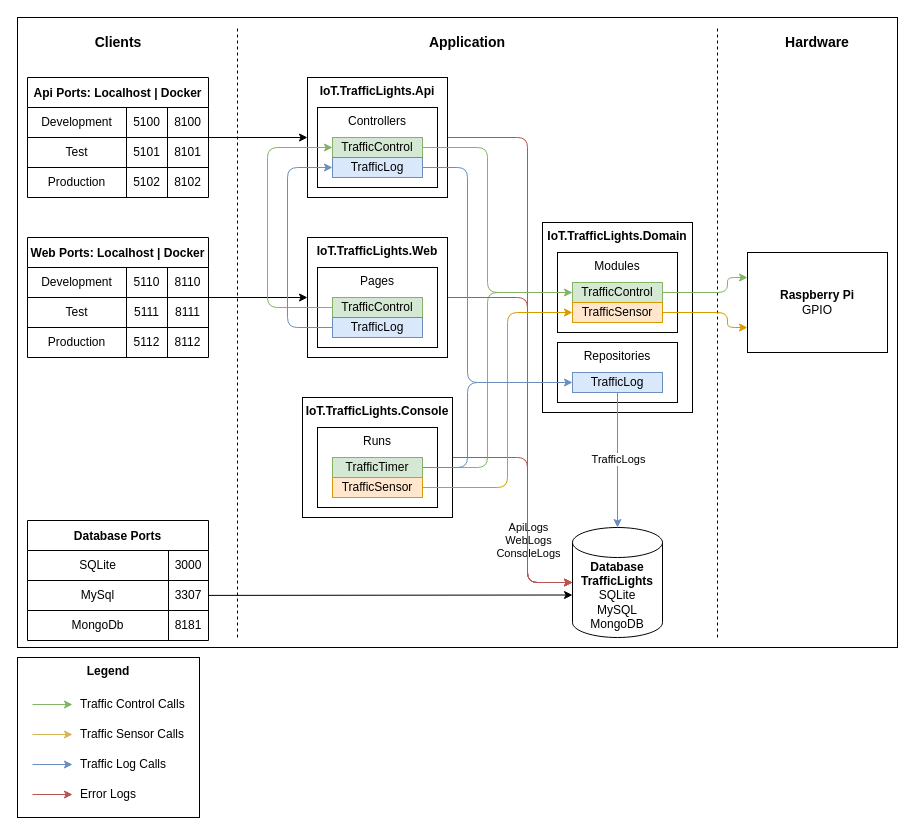
This is .docs/IoT.TrafficLights.Application.drawio from qbituniverse/iot-trafficlights, a draw.io file, before an edit. Source tidied: cells renumbered, new cells numbered last; positions are measured from the earlier drawing's top-left corner, leaving out a move shared by most shapes. Both pictures are drawn from the tidied source at 100%, with x=0, y=0 at pixel (17, 17).
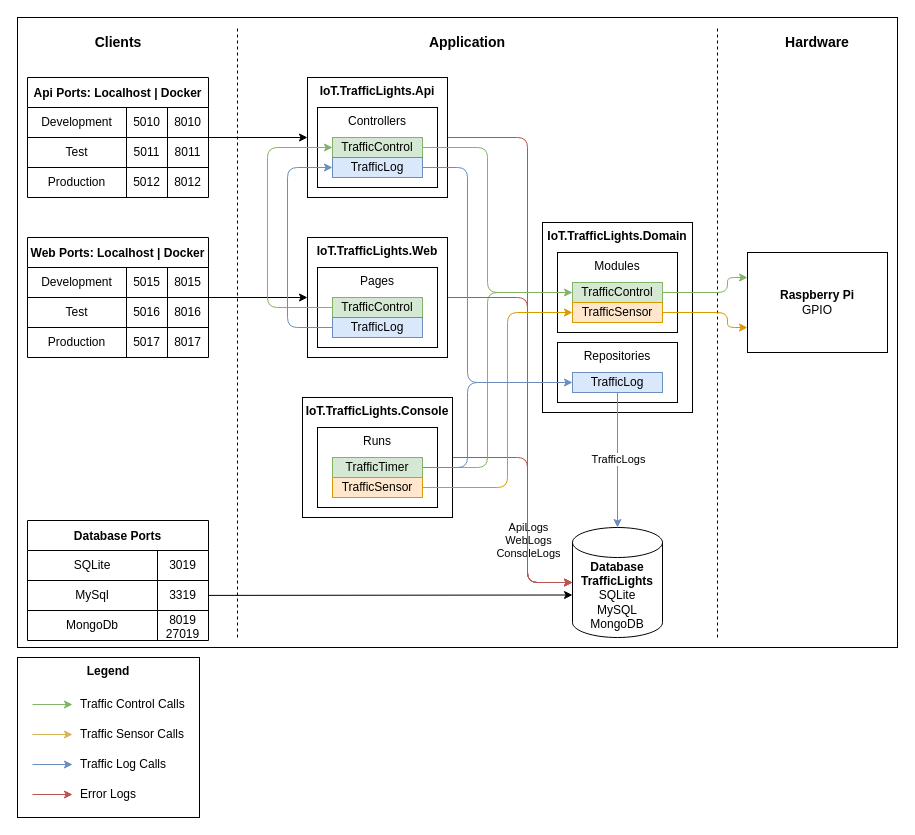
Above is the later version.

Unchanged cells that the change refers to:
```xml
<mxCell id="18" style="shape=tableRow;horizontal=0;startSize=0;swimlaneHead=0;swimlaneBody=0;top=0;left=0;bottom=0;right=0;fillColor=none;fontSize=12;" parent="17" vertex="1">
  <mxGeometry y="30" width="181" height="30" as="geometry" />
</mxCell>
<mxCell id="22" style="shape=tableRow;horizontal=0;startSize=0;swimlaneHead=0;swimlaneBody=0;top=0;left=0;bottom=0;right=0;fillColor=none;points=[[0,0.5],[1,0.5]];portConstraint=eastwest;fontSize=12;" parent="17" vertex="1">
  <mxGeometry y="60" width="181" height="30" as="geometry" />
</mxCell>
<mxCell id="26" style="shape=tableRow;horizontal=0;startSize=0;swimlaneHead=0;swimlaneBody=0;top=0;left=0;bottom=0;right=0;fillColor=none;fontSize=12;" parent="17" vertex="1">
  <mxGeometry y="90" width="181" height="30" as="geometry" />
</mxCell>
<mxCell id="38" style="shape=tableRow;horizontal=0;startSize=0;swimlaneHead=0;swimlaneBody=0;top=0;left=0;bottom=0;right=0;fillColor=none;fontSize=12;" parent="37" vertex="1">
  <mxGeometry y="30" width="181" height="30" as="geometry" />
</mxCell>
<mxCell id="42" style="shape=tableRow;horizontal=0;startSize=0;swimlaneHead=0;swimlaneBody=0;top=0;left=0;bottom=0;right=0;fillColor=none;points=[[0,0.5],[1,0.5]];portConstraint=eastwest;fontSize=12;" parent="37" vertex="1">
  <mxGeometry y="60" width="181" height="30" as="geometry" />
</mxCell>
<mxCell id="46" style="shape=tableRow;horizontal=0;startSize=0;swimlaneHead=0;swimlaneBody=0;top=0;left=0;bottom=0;right=0;fillColor=none;fontSize=12;" parent="37" vertex="1">
  <mxGeometry y="90" width="181" height="30" as="geometry" />
</mxCell>
<mxCell id="78" style="shape=tableRow;horizontal=0;startSize=0;swimlaneHead=0;swimlaneBody=0;top=0;left=0;bottom=0;right=0;fillColor=none;fontSize=12;" parent="77" vertex="1">
  <mxGeometry y="30" width="181" height="30" as="geometry" />
</mxCell>
<mxCell id="81" style="shape=tableRow;horizontal=0;startSize=0;swimlaneHead=0;swimlaneBody=0;top=0;left=0;bottom=0;right=0;fillColor=none;points=[[0,0.5],[1,0.5]];portConstraint=eastwest;fontSize=12;" parent="77" vertex="1">
  <mxGeometry y="60" width="181" height="30" as="geometry" />
</mxCell>
<mxCell id="84" style="shape=tableRow;horizontal=0;startSize=0;swimlaneHead=0;swimlaneBody=0;top=0;left=0;bottom=0;right=0;fillColor=none;fontSize=12;" parent="77" vertex="1">
  <mxGeometry y="90" width="181" height="30" as="geometry" />
</mxCell>
```

What changed in the source:
```diff
@@
-    <mxCell id="20" value="5100" style="shape=partialRectangle;html=1;whiteSpace=wrap;fillColor=none;top=0;left=0;bottom=0;right=0;overflow=hidden;fontSize=12;" parent="18" vertex="1">
+    <mxCell id="20" value="5010" style="shape=partialRectangle;html=1;whiteSpace=wrap;fillColor=none;top=0;left=0;bottom=0;right=0;overflow=hidden;fontSize=12;" parent="18" vertex="1">
       <mxGeometry x="99" width="41" height="30" as="geometry" />
     </mxCell>
-    <mxCell id="21" value="8100" style="shape=partialRectangle;html=1;whiteSpace=wrap;fillColor=none;top=0;left=0;bottom=0;right=0;overflow=hidden;fontSize=12;" parent="18" vertex="1">
+    <mxCell id="21" value="8010" style="shape=partialRectangle;html=1;whiteSpace=wrap;fillColor=none;top=0;left=0;bottom=0;right=0;overflow=hidden;fontSize=12;" parent="18" vertex="1">
       <mxGeometry x="140" width="41" height="30" as="geometry" />
     </mxCell>
@@
-    <mxCell id="24" value="5101" style="shape=partialRectangle;html=1;whiteSpace=wrap;fillColor=none;top=0;left=0;bottom=0;right=0;overflow=hidden;fontSize=12;" parent="22" vertex="1">
+    <mxCell id="24" value="5011" style="shape=partialRectangle;html=1;whiteSpace=wrap;fillColor=none;top=0;left=0;bottom=0;right=0;overflow=hidden;fontSize=12;" parent="22" vertex="1">
       <mxGeometry x="99" width="41" height="30" as="geometry" />
     </mxCell>
-    <mxCell id="25" value="8101" style="shape=partialRectangle;html=1;whiteSpace=wrap;fillColor=none;top=0;left=0;bottom=0;right=0;overflow=hidden;fontSize=12;" parent="22" vertex="1">
+    <mxCell id="25" value="8011" style="shape=partialRectangle;html=1;whiteSpace=wrap;fillColor=none;top=0;left=0;bottom=0;right=0;overflow=hidden;fontSize=12;" parent="22" vertex="1">
       <mxGeometry x="140" width="41" height="30" as="geometry" />
     </mxCell>
@@
-    <mxCell id="28" value="5102" style="shape=partialRectangle;html=1;whiteSpace=wrap;fillColor=none;top=0;left=0;bottom=0;right=0;overflow=hidden;fontSize=12;" parent="26" vertex="1">
+    <mxCell id="28" value="5012" style="shape=partialRectangle;html=1;whiteSpace=wrap;fillColor=none;top=0;left=0;bottom=0;right=0;overflow=hidden;fontSize=12;" parent="26" vertex="1">
       <mxGeometry x="99" width="41" height="30" as="geometry" />
     </mxCell>
-    <mxCell id="29" value="8102" style="shape=partialRectangle;html=1;whiteSpace=wrap;fillColor=none;top=0;left=0;bottom=0;right=0;overflow=hidden;fontSize=12;" parent="26" vertex="1">
+    <mxCell id="29" value="8012" style="shape=partialRectangle;html=1;whiteSpace=wrap;fillColor=none;top=0;left=0;bottom=0;right=0;overflow=hidden;fontSize=12;" parent="26" vertex="1">
       <mxGeometry x="140" width="41" height="30" as="geometry" />
     </mxCell>
@@
-    <mxCell id="40" value="5110" style="shape=partialRectangle;html=1;whiteSpace=wrap;fillColor=none;top=0;left=0;bottom=0;right=0;overflow=hidden;fontSize=12;" parent="38" vertex="1">
+    <mxCell id="40" value="5015" style="shape=partialRectangle;html=1;whiteSpace=wrap;fillColor=none;top=0;left=0;bottom=0;right=0;overflow=hidden;fontSize=12;" parent="38" vertex="1">
       <mxGeometry x="99" width="41" height="30" as="geometry" />
     </mxCell>
-    <mxCell id="41" value="8110" style="shape=partialRectangle;html=1;whiteSpace=wrap;fillColor=none;top=0;left=0;bottom=0;right=0;overflow=hidden;fontSize=12;" parent="38" vertex="1">
+    <mxCell id="41" value="8015" style="shape=partialRectangle;html=1;whiteSpace=wrap;fillColor=none;top=0;left=0;bottom=0;right=0;overflow=hidden;fontSize=12;" parent="38" vertex="1">
       <mxGeometry x="140" width="41" height="30" as="geometry" />
     </mxCell>
@@
-    <mxCell id="44" value="5111" style="shape=partialRectangle;html=1;whiteSpace=wrap;fillColor=none;top=0;left=0;bottom=0;right=0;overflow=hidden;fontSize=12;" parent="42" vertex="1">
+    <mxCell id="44" value="5016" style="shape=partialRectangle;html=1;whiteSpace=wrap;fillColor=none;top=0;left=0;bottom=0;right=0;overflow=hidden;fontSize=12;" parent="42" vertex="1">
       <mxGeometry x="99" width="41" height="30" as="geometry" />
     </mxCell>
-    <mxCell id="45" value="8111" style="shape=partialRectangle;html=1;whiteSpace=wrap;fillColor=none;top=0;left=0;bottom=0;right=0;overflow=hidden;fontSize=12;" parent="42" vertex="1">
+    <mxCell id="45" value="8016" style="shape=partialRectangle;html=1;whiteSpace=wrap;fillColor=none;top=0;left=0;bottom=0;right=0;overflow=hidden;fontSize=12;" parent="42" vertex="1">
       <mxGeometry x="140" width="41" height="30" as="geometry" />
     </mxCell>
@@
-    <mxCell id="48" value="5112" style="shape=partialRectangle;html=1;whiteSpace=wrap;fillColor=none;top=0;left=0;bottom=0;right=0;overflow=hidden;fontSize=12;" parent="46" vertex="1">
+    <mxCell id="48" value="5017" style="shape=partialRectangle;html=1;whiteSpace=wrap;fillColor=none;top=0;left=0;bottom=0;right=0;overflow=hidden;fontSize=12;" parent="46" vertex="1">
       <mxGeometry x="99" width="41" height="30" as="geometry" />
     </mxCell>
-    <mxCell id="49" value="8112" style="shape=partialRectangle;html=1;whiteSpace=wrap;fillColor=none;top=0;left=0;bottom=0;right=0;overflow=hidden;fontSize=12;" parent="46" vertex="1">
+    <mxCell id="49" value="8017" style="shape=partialRectangle;html=1;whiteSpace=wrap;fillColor=none;top=0;left=0;bottom=0;right=0;overflow=hidden;fontSize=12;" parent="46" vertex="1">
       <mxGeometry x="140" width="41" height="30" as="geometry" />
     </mxCell>
@@
     <mxCell id="79" value="SQLite" style="shape=partialRectangle;html=1;whiteSpace=wrap;fillColor=none;top=0;left=0;bottom=0;right=0;overflow=hidden;fontSize=12;" parent="78" vertex="1">
-      <mxGeometry width="141" height="30" as="geometry" />
+      <mxGeometry width="130" height="30" as="geometry" />
     </mxCell>
-    <mxCell id="80" value="3000" style="shape=partialRectangle;html=1;whiteSpace=wrap;fillColor=none;top=0;left=0;bottom=0;right=0;overflow=hidden;fontSize=12;" parent="78" vertex="1">
-      <mxGeometry x="141" width="40" height="30" as="geometry" />
+    <mxCell id="80" value="3019" style="shape=partialRectangle;html=1;whiteSpace=wrap;fillColor=none;top=0;left=0;bottom=0;right=0;overflow=hidden;fontSize=12;" parent="78" vertex="1">
+      <mxGeometry x="130" width="51" height="30" as="geometry" />
     </mxCell>
@@
     <mxCell id="82" value="MySql" style="shape=partialRectangle;html=1;whiteSpace=wrap;fillColor=none;top=0;left=0;bottom=0;right=0;overflow=hidden;fontSize=12;" parent="81" vertex="1">
-      <mxGeometry width="141" height="30" as="geometry" />
+      <mxGeometry width="130" height="30" as="geometry" />
     </mxCell>
-    <mxCell id="83" value="3307" style="shape=partialRectangle;html=1;whiteSpace=wrap;fillColor=none;top=0;left=0;bottom=0;right=0;overflow=hidden;fontSize=12;" parent="81" vertex="1">
-      <mxGeometry x="141" width="40" height="30" as="geometry" />
+    <mxCell id="83" value="3319" style="shape=partialRectangle;html=1;whiteSpace=wrap;fillColor=none;top=0;left=0;bottom=0;right=0;overflow=hidden;fontSize=12;" parent="81" vertex="1">
+      <mxGeometry x="130" width="51" height="30" as="geometry" />
     </mxCell>
@@
     <mxCell id="85" value="MongoDb" style="shape=partialRectangle;html=1;whiteSpace=wrap;fillColor=none;top=0;left=0;bottom=0;right=0;overflow=hidden;fontSize=12;" parent="84" vertex="1">
-      <mxGeometry width="141" height="30" as="geometry" />
+      <mxGeometry width="130" height="30" as="geometry" />
     </mxCell>
-    <mxCell id="86" value="8181" style="shape=partialRectangle;html=1;whiteSpace=wrap;fillColor=none;top=0;left=0;bottom=0;right=0;overflow=hidden;fontSize=12;" parent="84" vertex="1">
-      <mxGeometry x="141" width="40" height="30" as="geometry" />
+    <mxCell id="86" value="8019&lt;br&gt;27019" style="shape=partialRectangle;html=1;whiteSpace=wrap;fillColor=none;top=0;left=0;bottom=0;right=0;overflow=hidden;fontSize=12;" parent="84" vertex="1">
+      <mxGeometry x="130" width="51" height="30" as="geometry" />
     </mxCell>
```
